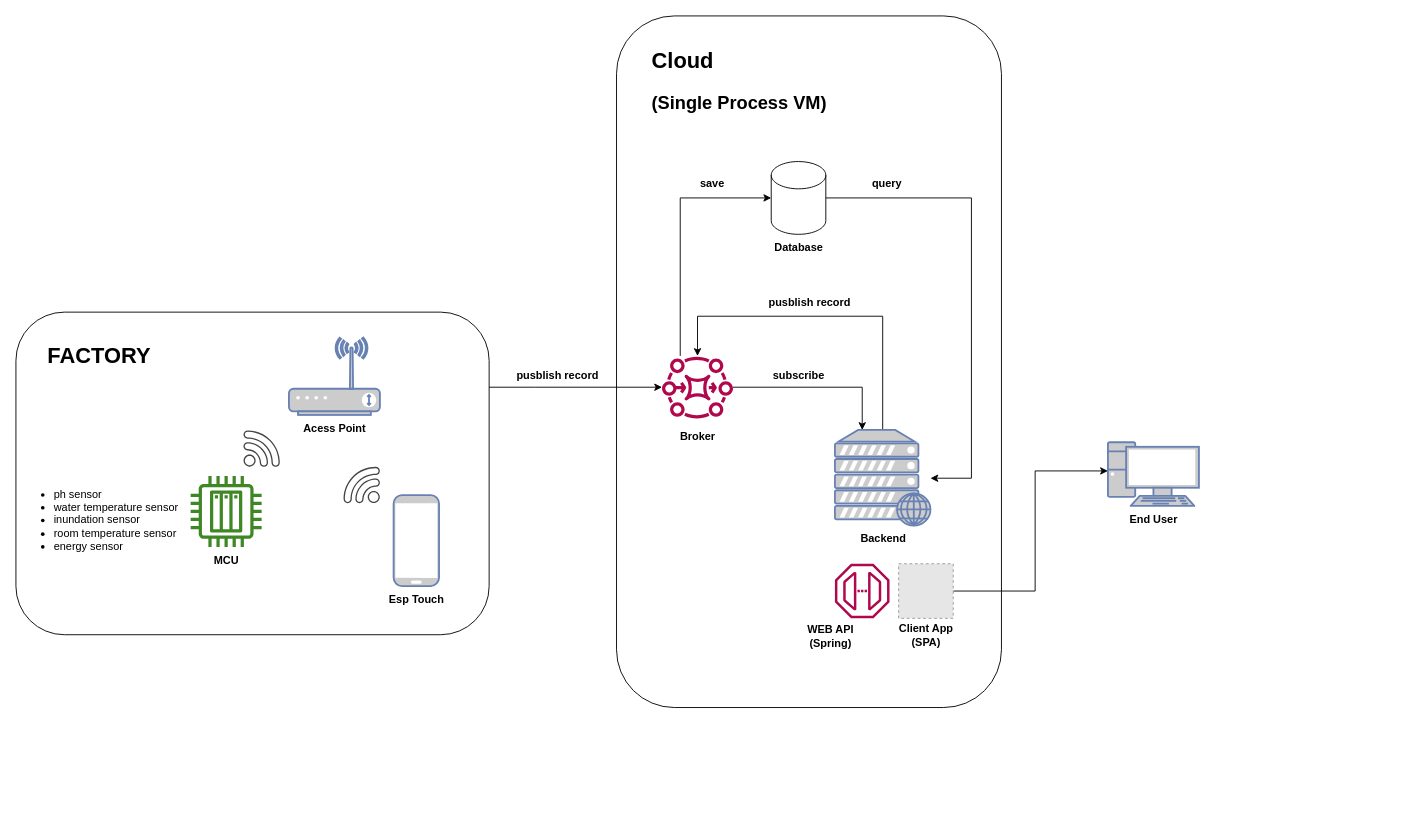
Above: PS Architecture.drawio in MiguelRocha2001/PS-Monitor-IoT-System (draw.io), before the change. Source tidied: cells renumbered, new cells numbered last; positions are measured from the earlier drawing's top-left corner, leaving out a move shared by most shapes. Both pictures are drawn from the tidied source at 91%, with x=0, y=0 at pixel (15, 15). Pictures stored in the file or linked from it are replaced by grey dashed boxes.
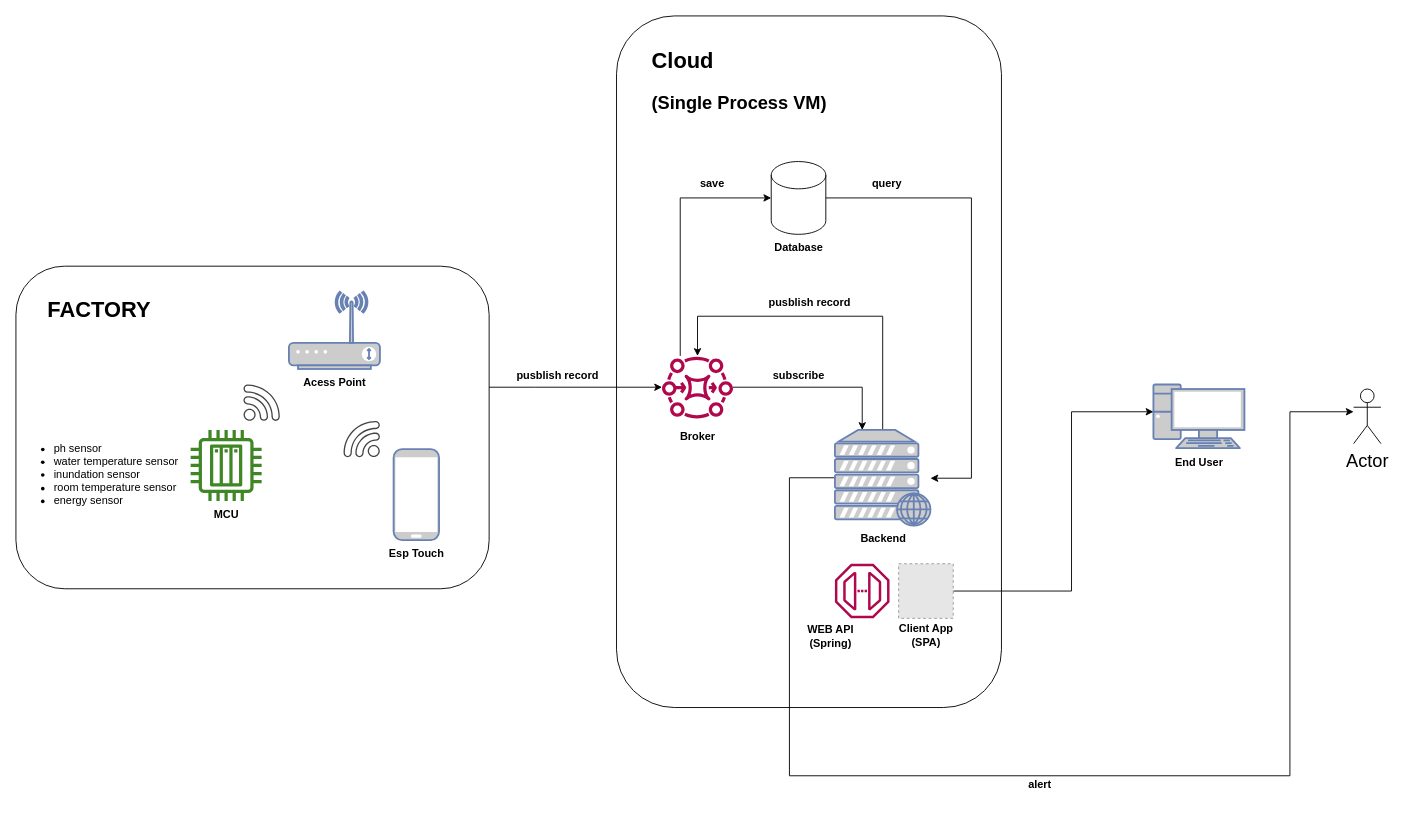
The same page after the edit.

Commit message (it also covers changes not shown here):
Improves Architecture diagram

The change refers to these unchanged cells:
```xml
<mxCell id="8" style="fontColor=#0066CC;verticalAlign=top;verticalLabelPosition=bottom;labelPosition=center;align=center;html=1;outlineConnect=0;fillColor=#CCCCCC;strokeColor=#6881B3;gradientColor=none;gradientDirection=north;strokeWidth=2;shape=mxgraph.networks.web_server;" parent="1" vertex="1">
  <mxGeometry x="900" y="455" width="105" height="105" as="geometry" />
</mxCell>
<mxCell id="13" style="fillColor=#E6E6E6;strokeColor=#999999;dashed=1;html=1;verticalAlign=top;verticalLabelPosition=bottom;labelBackgroundColor=#ffffff;fontColor=#3399FF;" parent="1" vertex="1">
  <mxGeometry x="970" y="602" width="60" height="60" as="geometry" />
</mxCell>
<mxCell id="20" style="sketch=0;outlineConnect=0;fontColor=#232F3E;gradientColor=none;fillColor=#B0084D;strokeColor=none;dashed=0;verticalLabelPosition=bottom;verticalAlign=top;align=center;html=1;fontSize=12;fontStyle=0;shape=mxgraph.aws4.mq_broker;" parent="1" vertex="1">
  <mxGeometry x="710" y="369" width="78" height="78" as="geometry" />
</mxCell>
```

What changed in the source:
```diff
@@
     <mxCell id="3" style="rounded=1;whiteSpace=wrap;html=1;" parent="1" vertex="1">
-      <mxGeometry y="325.5" width="520" height="354.5" as="geometry" />
+      <mxGeometry y="275" width="520" height="354.5" as="geometry" />
     </mxCell>
     <mxCell id="4" style="sketch=0;fontColor=#232F3E;gradientColor=none;fillColor=#3F8624;strokeColor=none;dashed=0;verticalLabelPosition=bottom;verticalAlign=top;align=center;html=1;fontSize=12;fontStyle=0;shape=mxgraph.aws4.iot_thing_plc;" parent="1" vertex="1">
-      <mxGeometry x="192" y="505.5" width="78" height="78" as="geometry" />
+      <mxGeometry x="192" y="455" width="78" height="78" as="geometry" />
     </mxCell>
     <mxCell id="5" style="sketch=0;shadow=0;dashed=0;html=1;strokeColor=none;fillColor=#434445;labelPosition=center;verticalLabelPosition=bottom;verticalAlign=top;align=center;shape=mxgraph.vvd.wi_fi;" parent="1" vertex="1">
-      <mxGeometry x="250" y="455.5" width="40" height="40" as="geometry" />
+      <mxGeometry x="250" y="405" width="40" height="40" as="geometry" />
     </mxCell>
     <mxCell id="6" style="fontColor=#0066CC;verticalAlign=top;verticalLabelPosition=bottom;labelPosition=center;align=center;html=1;outlineConnect=0;fillColor=#CCCCCC;strokeColor=#6881B3;gradientColor=none;gradientDirection=north;strokeWidth=2;shape=mxgraph.networks.pc;" parent="1" vertex="1">
-      <mxGeometry x="1200" y="468.5" width="100" height="70" as="geometry" />
+      <mxGeometry x="1250" y="405" width="100" height="70" as="geometry" />
     </mxCell>
@@
+    <mxCell id="38" style="edgeStyle=orthogonalEdgeStyle;rounded=0;jettySize=auto;html=1;fontSize=20;" parent="1" edge="1" source="8" target="39">
+      <mxGeometry relative="1" as="geometry">
+        <Array as="points">
+          <mxPoint x="850" y="507" />
+          <mxPoint x="850" y="835" />
+          <mxPoint x="1400" y="835" />
+          <mxPoint x="1400" y="435" />
+        </Array>
+      </mxGeometry>
+    </mxCell>
@@
-    <mxCell id="9" style="edgeStyle=orthogonalEdgeStyle;rounded=0;jettySize=auto;html=1;" parent="1" edge="1" source="3" target="20">
+    <mxCell id="9" style="edgeStyle=orthogonalEdgeStyle;rounded=0;orthogonalLoop=1;jettySize=auto;html=1;" parent="1" edge="1">
       <mxGeometry relative="1" as="geometry">
+        <mxPoint x="520" y="408" as="sourcePoint" />
+        <mxPoint x="710" y="408" as="targetPoint" />
         <Array as="points">
           <mxPoint x="570" y="408" />
           <mxPoint x="570" y="408" />
         </Array>
       </mxGeometry>
     </mxCell>
     <mxCell id="10" style="fontColor=#0066CC;verticalAlign=top;verticalLabelPosition=bottom;labelPosition=center;align=center;html=1;fillColor=#CCCCCC;strokeColor=#6881B3;gradientColor=none;gradientDirection=north;strokeWidth=2;shape=mxgraph.networks.wireless_modem;" parent="1" vertex="1">
-      <mxGeometry x="300" y="353.5" width="100" height="85" as="geometry" />
+      <mxGeometry x="300" y="303" width="100" height="85" as="geometry" />
     </mxCell>
@@
     <mxCell id="12" style="edgeStyle=orthogonalEdgeStyle;rounded=0;jettySize=auto;html=1;" parent="1" edge="1" source="13" target="6">
       <mxGeometry relative="1" as="geometry">
         <Array as="points">
-          <mxPoint x="1120" y="632" />
-          <mxPoint x="1120" y="500" />
+          <mxPoint x="1160" y="632" />
+          <mxPoint x="1160" y="435" />
         </Array>
       </mxGeometry>
     </mxCell>
@@
     <mxCell id="16" value="&lt;h1&gt;FACTORY&lt;/h1&gt;" style="text;html=1;strokeColor=none;fillColor=none;spacing=5;spacingTop=-20;whiteSpace=wrap;overflow=hidden;rounded=0;" parent="1" vertex="1">
-      <mxGeometry x="30" y="353.5" width="130" height="46.5" as="geometry" />
+      <mxGeometry x="30" y="303" width="130" height="46.5" as="geometry" />
     </mxCell>
     <mxCell id="17" value="&lt;ul&gt;&lt;li&gt;&lt;span style=&quot;background-color: initial;&quot;&gt;ph sensor&lt;/span&gt;&lt;/li&gt;&lt;li&gt;&lt;span style=&quot;background-color: initial;&quot;&gt;water temperature sensor&lt;/span&gt;&lt;/li&gt;&lt;li&gt;&lt;span style=&quot;background-color: initial;&quot;&gt;inundation sensor&lt;/span&gt;&lt;/li&gt;&lt;li&gt;&lt;span style=&quot;background-color: initial;&quot;&gt;room temperature sensor&lt;/span&gt;&lt;/li&gt;&lt;li&gt;&lt;span style=&quot;background-color: initial;&quot;&gt;energy sensor&lt;/span&gt;&lt;/li&gt;&lt;/ul&gt;" style="text;html=1;strokeColor=none;fillColor=none;align=left;verticalAlign=middle;whiteSpace=wrap;rounded=0;fontStyle=0;" parent="1" vertex="1">
-      <mxGeometry y="503.5" width="192" height="101" as="geometry" />
+      <mxGeometry y="453" width="192" height="101" as="geometry" />
     </mxCell>
@@
     <mxCell id="23" style="fontColor=#0066CC;verticalAlign=top;verticalLabelPosition=bottom;labelPosition=center;align=center;html=1;fillColor=#CCCCCC;strokeColor=#6881B3;gradientColor=none;gradientDirection=north;strokeWidth=2;shape=mxgraph.networks.mobile;" parent="1" vertex="1">
-      <mxGeometry x="415" y="526.5" width="50" height="100" as="geometry" />
+      <mxGeometry x="415" y="476" width="50" height="100" as="geometry" />
     </mxCell>
     <mxCell id="24" value="Esp Touch" style="text;html=1;align=center;verticalAlign=middle;strokeColor=none;fillColor=none;fontStyle=1;" parent="1" vertex="1">
-      <mxGeometry x="400" y="626.5" width="80" height="30" as="geometry" />
+      <mxGeometry x="400" y="576" width="80" height="30" as="geometry" />
     </mxCell>
     <mxCell id="25" style="sketch=0;shadow=0;dashed=0;html=1;strokeColor=none;fillColor=#434445;labelPosition=center;verticalLabelPosition=bottom;verticalAlign=top;align=center;shape=mxgraph.vvd.wi_fi;flipH=1;" parent="1" vertex="1">
-      <mxGeometry x="360" y="495.5" width="40" height="40" as="geometry" />
+      <mxGeometry x="360" y="445" width="40" height="40" as="geometry" />
     </mxCell>
@@
     <mxCell id="28" value="MCU" style="text;html=1;align=center;verticalAlign=middle;strokeColor=none;fillColor=none;fontStyle=1;" parent="1" vertex="1">
-      <mxGeometry x="206" y="583.5" width="50" height="30" as="geometry" />
+      <mxGeometry x="206" y="533" width="50" height="30" as="geometry" />
     </mxCell>
     <mxCell id="29" value="Acess Point" style="text;html=1;align=center;verticalAlign=middle;strokeColor=none;fillColor=none;fontStyle=1;" parent="1" vertex="1">
-      <mxGeometry x="305" y="438.5" width="90" height="30" as="geometry" />
+      <mxGeometry x="305" y="388" width="90" height="30" as="geometry" />
     </mxCell>
     <mxCell id="30" value="End User" style="text;html=1;align=center;verticalAlign=middle;strokeColor=none;fillColor=none;fontStyle=1;" parent="1" vertex="1">
-      <mxGeometry x="1210" y="539" width="80" height="30" as="geometry" />
+      <mxGeometry x="1260" y="475.5" width="80" height="30" as="geometry" />
     </mxCell>
@@
+    <mxCell id="39" value="Actor" style="shape=umlActor;verticalLabelPosition=bottom;verticalAlign=top;html=1;outlineConnect=0;fontSize=20;" parent="1" vertex="1">
+      <mxGeometry x="1470" y="410" width="30" height="60" as="geometry" />
+    </mxCell>
+    <mxCell id="40" value="alert" style="text;html=1;align=center;verticalAlign=middle;strokeColor=none;fillColor=none;fontStyle=1;" parent="1" vertex="1">
+      <mxGeometry x="1100" y="830" width="50" height="30" as="geometry" />
+    </mxCell>
```
